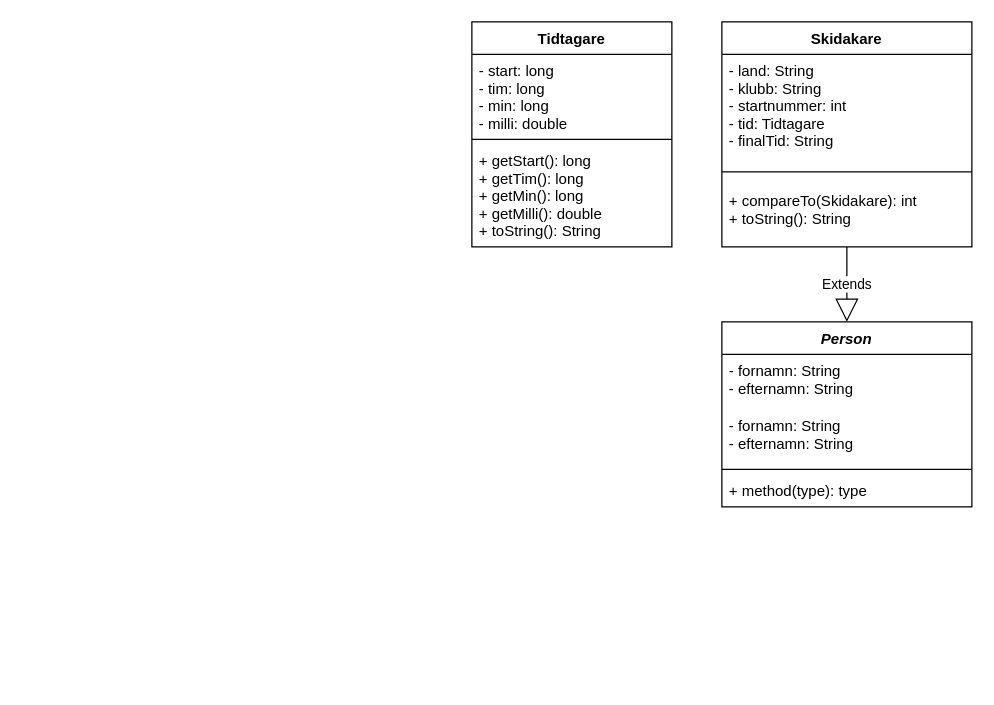
lisahagberg/langdskidstavlingen keeps this draw.io diagram as klassdiagram/Klassdiagram_gruppuppgift4B.drawio. Above is the earlier version. Source tidied: cells renumbered, new cells numbered last; positions are measured from the earlier drawing's top-left corner, leaving out a move shared by most shapes. Both pictures are drawn from the tidied source at 125%, with x=0, y=0 at pixel (471, 21).
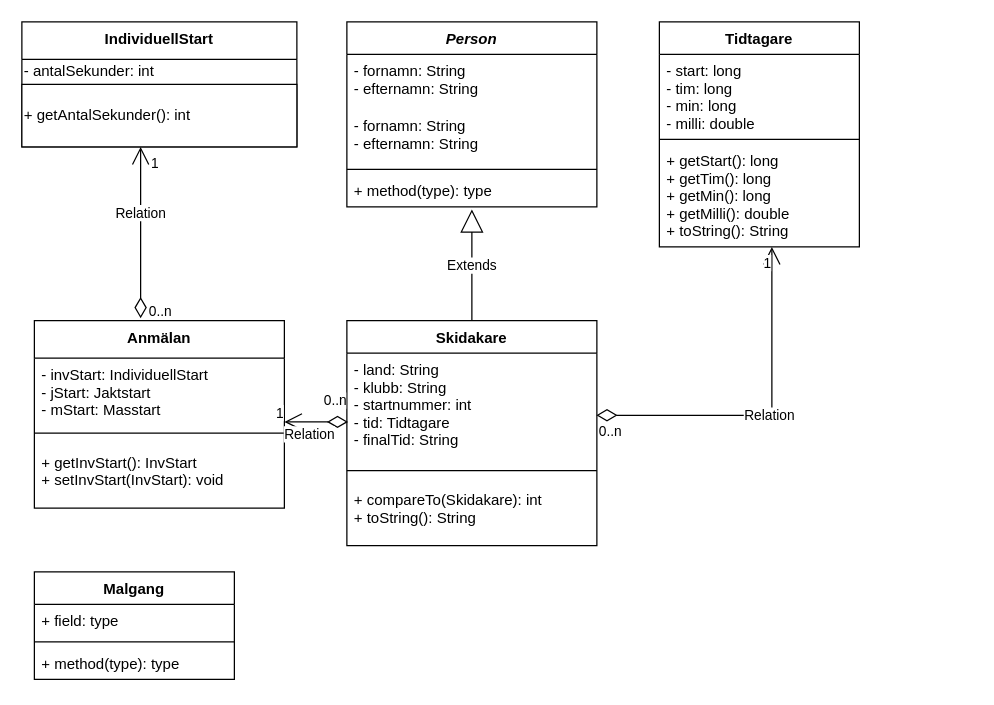
The same page after the edit.

Commit message:
Updates in class diagram

The change refers to these unchanged cells:
```xml
<mxCell id="6" value="+ method(type): type" style="text;strokeColor=none;fillColor=none;align=left;verticalAlign=top;spacingLeft=4;spacingRight=4;overflow=hidden;points=[[0,0.5],[1,0.5]];portConstraint=eastwest;" parent="2" vertex="1">
  <mxGeometry y="122" width="200" height="26" as="geometry" />
</mxCell>
<mxCell id="8" value="- land: String&#10;- klubb: String&#10;- startnummer: int&#10;- tid: Tidtagare&#10;- finalTid: String" style="text;strokeColor=none;fillColor=none;align=left;verticalAlign=top;spacingLeft=4;spacingRight=4;overflow=hidden;points=[[0,0.5],[1,0.5]];portConstraint=eastwest;" parent="7" vertex="1">
  <mxGeometry y="26" width="200" height="84" as="geometry" />
</mxCell>
```

What changed in the source:
```diff
@@
     <mxCell id="2" value="Person" style="swimlane;fontStyle=3;align=center;verticalAlign=top;horizontal=1;startSize=26;" parent="1" vertex="1">
-      <mxGeometry x="200" y="240" width="200" height="148" as="geometry" />
+      <mxGeometry x="-100" width="200" height="148" as="geometry" />
     </mxCell>
@@
     <mxCell id="7" value="Skidakare" style="swimlane;fontStyle=1;align=center;verticalAlign=top;horizontal=1;startSize=26;" parent="1" vertex="1">
-      <mxGeometry x="200" width="200" height="180" as="geometry" />
+      <mxGeometry x="-100" y="239" width="200" height="180" as="geometry" />
     </mxCell>
@@
     <mxCell id="11" value="Tidtagare" style="swimlane;fontStyle=1;align=center;verticalAlign=top;horizontal=1;startSize=26;" parent="1" vertex="1">
-      <mxGeometry width="160" height="180" as="geometry" />
+      <mxGeometry x="150" width="160" height="180" as="geometry" />
     </mxCell>
@@
+    <mxCell id="16" value="IndividuellStart" style="swimlane;fontStyle=1;align=center;verticalAlign=top;horizontal=1;startSize=30;" parent="1" vertex="1">
+      <mxGeometry x="-360" width="220" height="100" as="geometry" />
+    </mxCell>
+    <mxCell id="17" value="- antalSekunder: int" style="text;html=1;align=left;verticalAlign=middle;strokeColor=none;fillColor=none;" parent="16" vertex="1">
+      <mxGeometry y="30" width="220" height="20" as="geometry" />
+    </mxCell>
+    <mxCell id="18" value="+ getAntalSekunder(): int" style="rounded=0;whiteSpace=wrap;html=1;align=left;" parent="16" vertex="1">
+      <mxGeometry y="50" width="220" height="50" as="geometry" />
+    </mxCell>
+    <mxCell id="19" value="Anmälan" style="swimlane;fontStyle=1;align=center;verticalAlign=top;horizontal=1;startSize=30;" parent="1" vertex="1">
+      <mxGeometry x="-350" y="239" width="200" height="150" as="geometry" />
+    </mxCell>
+    <mxCell id="20" value="- invStart: IndividuellStart&#10;&#9;- jStart: Jaktstart &#10;&#9;- mStart: Masstart" style="text;strokeColor=none;fillColor=none;align=left;verticalAlign=top;spacingLeft=4;spacingRight=4;overflow=hidden;" parent="19" vertex="1">
+      <mxGeometry y="30" width="200" height="50" as="geometry" />
+    </mxCell>
+    <mxCell id="21" style="line;strokeWidth=1;fillColor=none;align=left;verticalAlign=middle;spacingTop=-1;spacingLeft=3;spacingRight=3;labelPosition=right;" parent="19" vertex="1">
+      <mxGeometry y="80" width="200" height="20" as="geometry" />
+    </mxCell>
+    <mxCell id="22" value="+ getInvStart(): InvStart&#10;+ setInvStart(InvStart): void" style="text;strokeColor=none;fillColor=none;align=left;verticalAlign=top;spacingLeft=4;spacingRight=4;overflow=hidden;" parent="19" vertex="1">
+      <mxGeometry y="100" width="200" height="50" as="geometry" />
+    </mxCell>
+    <mxCell id="23" value="Relation" style="endArrow=open;html=1;endSize=12;startArrow=diamondThin;startSize=14;startFill=0;edgeStyle=orthogonalEdgeStyle;rounded=0;exitX=0.425;exitY=-0.013;exitDx=0;exitDy=0;exitPerimeter=0;align=center;" parent="1" edge="1" source="19" target="18">
+      <mxGeometry x="0.22" relative="1" as="geometry">
+        <Array as="points">
+          <mxPoint x="-265" y="120" />
+          <mxPoint x="-265" y="120" />
+        </Array>
+      </mxGeometry>
+    </mxCell>
+    <mxCell id="24" value="0..n" style="edgeLabel;html=1;align=left;verticalAlign=top;" parent="23" vertex="1">
+      <mxGeometry x="-1" relative="1" as="geometry">
+        <mxPoint x="5" y="-18" as="offset" />
+      </mxGeometry>
+    </mxCell>
+    <mxCell id="25" value="1" style="edgeLabel;html=1;align=right;verticalAlign=top;" parent="23" vertex="1">
+      <mxGeometry x="1" relative="1" as="geometry">
+        <mxPoint x="15" as="offset" />
+      </mxGeometry>
+    </mxCell>
-    <mxCell id="15" value="Extends" style="endArrow=block;endSize=16;endFill=0;html=1;rounded=0;entryX=0.5;entryY=0;entryDx=0;entryDy=0;" parent="1" edge="1" target="2">
-      <mxGeometry relative="1" as="geometry">
-        <mxPoint x="300" y="180" as="sourcePoint" />
-      </mxGeometry>
+    <mxCell id="15" value="Extends" style="endArrow=block;endSize=16;endFill=0;html=1;rounded=0;entryX=0.5;entryY=1.077;entryDx=0;entryDy=0;entryPerimeter=0;exitX=0.5;exitY=0;exitDx=0;exitDy=0;" parent="1" edge="1" source="7" target="6">
+      <mxGeometry relative="1" as="geometry" />
     </mxCell>
+    <mxCell id="26" value="Relation" style="endArrow=open;html=1;endSize=12;startArrow=diamondThin;startSize=14;startFill=0;edgeStyle=orthogonalEdgeStyle;rounded=0;exitX=0.998;exitY=0.592;exitDx=0;exitDy=0;exitPerimeter=0;" parent="1" edge="1" source="8">
+      <mxGeometry relative="1" as="geometry">
+        <mxPoint x="240" y="180" as="targetPoint" />
+        <Array as="points">
+          <mxPoint x="240" y="315" />
+          <mxPoint x="240" y="180" />
+        </Array>
+      </mxGeometry>
+    </mxCell>
+    <mxCell id="27" value="0..n" style="edgeLabel;html=1;align=left;verticalAlign=top;" parent="26" vertex="1">
+      <mxGeometry x="-1" relative="1" as="geometry" />
+    </mxCell>
+    <mxCell id="28" value="1" style="edgeLabel;html=1;align=right;verticalAlign=top;" parent="26" vertex="1">
+      <mxGeometry x="1" relative="1" as="geometry" />
+    </mxCell>
+    <mxCell id="29" value="Relation" style="endArrow=open;html=1;endSize=12;startArrow=diamondThin;startSize=14;startFill=0;edgeStyle=orthogonalEdgeStyle;rounded=0;exitX=0.005;exitY=0.657;exitDx=0;exitDy=0;exitPerimeter=0;" parent="1" edge="1" source="8">
+      <mxGeometry x="0.21" y="10" relative="1" as="geometry">
+        <mxPoint x="-150" y="320" as="targetPoint" />
+        <Array as="points">
+          <mxPoint x="-150" y="320" />
+        </Array>
+      </mxGeometry>
+    </mxCell>
+    <mxCell id="30" value="0..n" style="edgeLabel;html=1;align=left;verticalAlign=top;" parent="29" vertex="1">
+      <mxGeometry x="-1" relative="1" as="geometry">
+        <mxPoint x="-21" y="-30" as="offset" />
+      </mxGeometry>
+    </mxCell>
+    <mxCell id="31" value="1" style="edgeLabel;html=1;align=right;verticalAlign=top;" parent="29" vertex="1">
+      <mxGeometry x="1" relative="1" as="geometry">
+        <mxPoint y="-20" as="offset" />
+      </mxGeometry>
+    </mxCell>
+    <mxCell id="32" value="Malgang&#10;" style="swimlane;fontStyle=1;align=center;verticalAlign=top;horizontal=1;startSize=26;" parent="1" vertex="1">
+      <mxGeometry x="-350" y="440" width="160" height="86" as="geometry" />
+    </mxCell>
+    <mxCell id="33" value="+ field: type" style="text;strokeColor=none;fillColor=none;align=left;verticalAlign=top;spacingLeft=4;spacingRight=4;overflow=hidden;" parent="32" vertex="1">
+      <mxGeometry y="26" width="160" height="26" as="geometry" />
+    </mxCell>
+    <mxCell id="34" style="line;strokeWidth=1;fillColor=none;align=left;verticalAlign=middle;spacingTop=-1;spacingLeft=3;spacingRight=3;labelPosition=right;" parent="32" vertex="1">
+      <mxGeometry y="52" width="160" height="8" as="geometry" />
+    </mxCell>
+    <mxCell id="35" value="+ method(type): type" style="text;strokeColor=none;fillColor=none;align=left;verticalAlign=top;spacingLeft=4;spacingRight=4;overflow=hidden;" parent="32" vertex="1">
+      <mxGeometry y="60" width="160" height="26" as="geometry" />
+    </mxCell>
```
